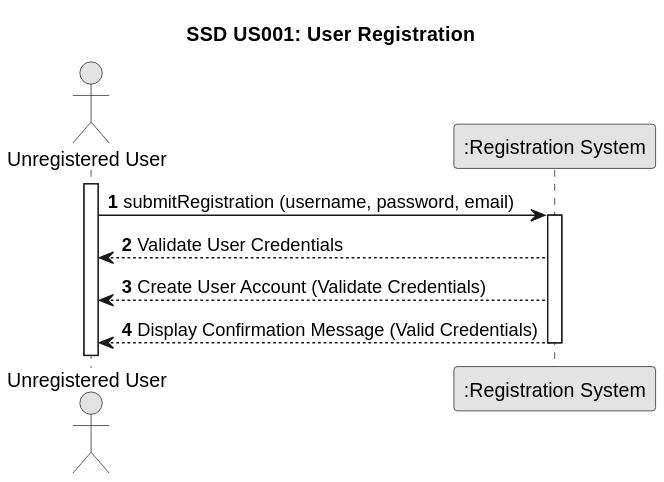
The PlantUML diagram docs/sprint01/us001/01.requirements-engineering/svg/us001-system-sequence-diagram.svg in TiagoMagalhaes1232507/Testando-projeto, before a commit. Its diagram source:
```plantuml
@startuml
skinparam monochrome true
skinparam packageStyle rectangle
skinparam shadowing false

title SSD US001: User Registration

autonumber

actor "Unregistered User" as User
participant ":Registration System" as System

activate User

    User -> System : submitRegistration (username, password, email)
    activate System

        System --> User : Validate User Credentials

        System --> User : Create User Account (Validate Credentials)

        System --> User : Display Confirmation Message (Valid Credentials)

    deactivate System
@enduml
```
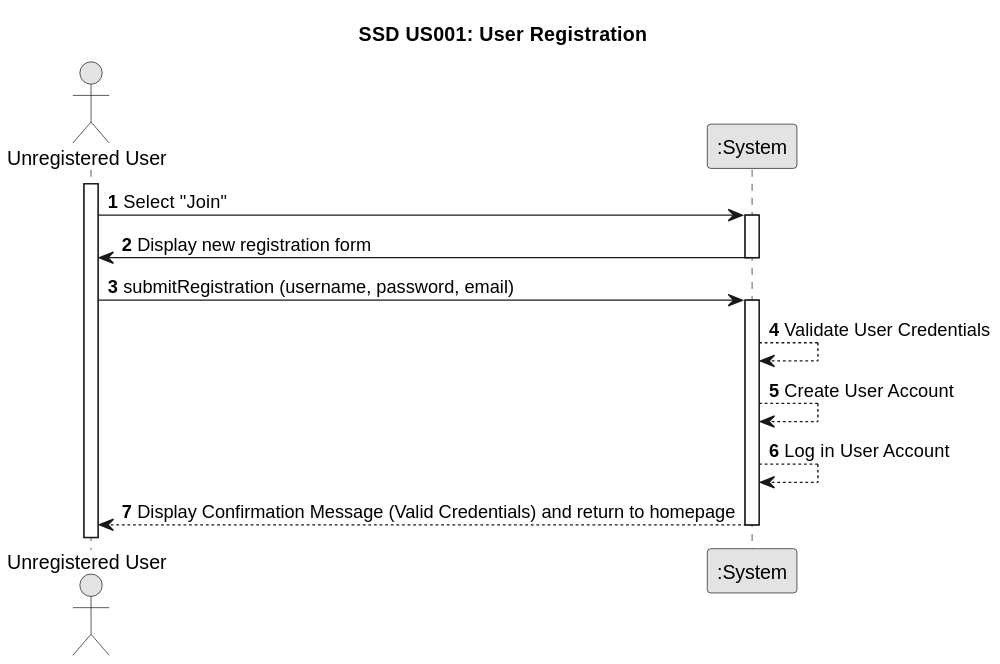
After the commit.

Change to the diagram source:
```diff
@@ -8,18 +8,26 @@
 autonumber
 
 actor "Unregistered User" as User
-participant ":Registration System" as System
+participant ":System" as System
 
 activate User
 
-    User -> System : submitRegistration (username, password, email)
-    activate System
+User -> System : Select "Join"
+activate System
 
-        System --> User : Validate User Credentials
+System -> User : Display new registration form
+deactivate System
 
-        System --> User : Create User Account (Validate Credentials)
+User -> System : submitRegistration (username, password, email)
+activate System
 
-        System --> User : Display Confirmation Message (Valid Credentials)
+System --> System : Validate User Credentials
 
-    deactivate System
+System --> System : Create User Account
+
+System --> System : Log in User Account
+
+System --> User : Display Confirmation Message (Valid Credentials) and return to homepage
+
+deactivate System
 @enduml
```
